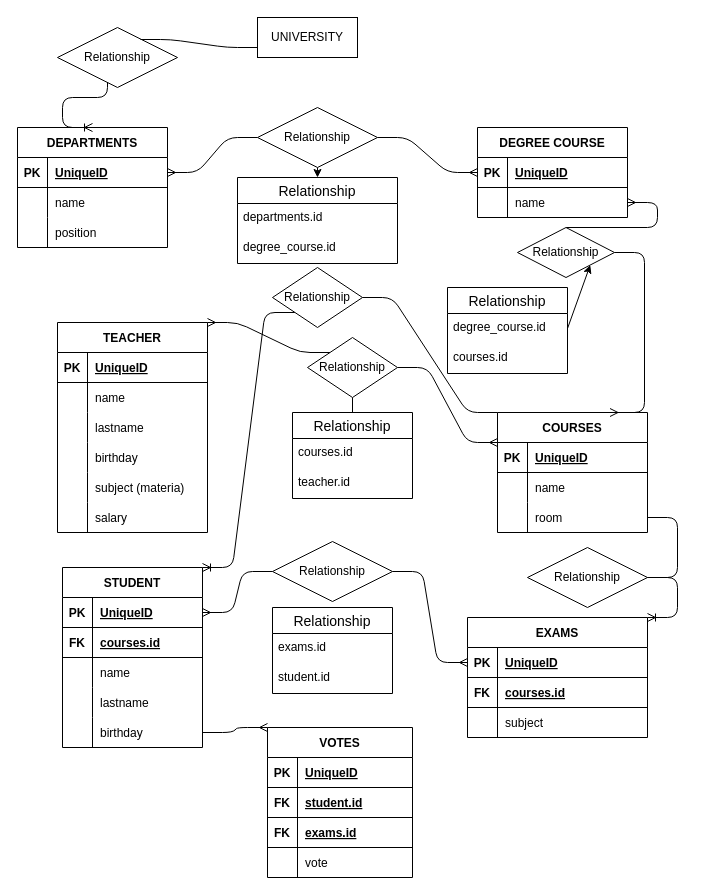
This is db.drawio from GiandoSaba/db-university, a draw.io file, before an edit. Source tidied: cells renumbered, new cells numbered last; positions are measured from the earlier drawing's top-left corner, leaving out a move shared by most shapes. Both pictures are drawn from the tidied source at 100%, with x=0, y=0 at pixel (17, 17).
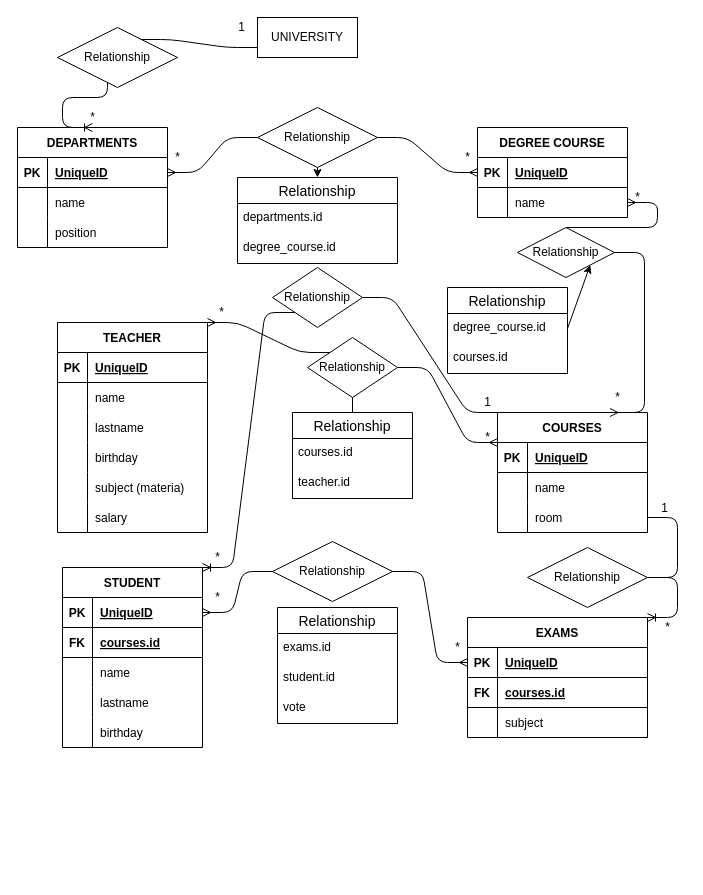
Above is the later version.

Unchanged cells that the change refers to:
```xml
<mxCell id="85" style="shape=partialRectangle;fillColor=none;top=0;left=0;bottom=0;right=0;points=[[0,0.5],[1,0.5]];portConstraint=eastwest;" parent="72" vertex="1">
  <mxGeometry y="150" width="140" height="30" as="geometry" />
</mxCell>
```

The edit, as a diff of the source:
```diff
@@
-    <mxCell id="105" value="VOTES" style="shape=table;startSize=30;childLayout=tableLayout;rowLines=0;fontStyle=1;align=center;" parent="1" vertex="1">
-      <mxGeometry x="250" y="710" width="145" height="150" as="geometry" />
-    </mxCell>
-    <mxCell id="106" style="shape=partialRectangle;fillColor=none;top=0;left=0;bottom=1;right=0;" parent="105" vertex="1">
-      <mxGeometry y="30" width="145" height="30" as="geometry" />
-    </mxCell>
-    <mxCell id="107" value="PK" style="shape=partialRectangle;fillColor=none;top=0;left=0;bottom=0;right=0;fontStyle=1;overflow=hidden;" parent="106" vertex="1">
-      <mxGeometry width="30" height="30" as="geometry" />
-    </mxCell>
-    <mxCell id="108" value="UniqueID" style="shape=partialRectangle;fillColor=none;top=0;left=0;bottom=0;right=0;align=left;spacingLeft=6;fontStyle=5;overflow=hidden;" parent="106" vertex="1">
-      <mxGeometry x="30" width="115" height="30" as="geometry" />
-    </mxCell>
-    <mxCell id="109" style="shape=partialRectangle;fillColor=none;top=0;left=0;bottom=1;right=0;" parent="105" vertex="1">
-      <mxGeometry y="60" width="145" height="30" as="geometry" />
-    </mxCell>
-    <mxCell id="110" value="FK" style="shape=partialRectangle;fillColor=none;top=0;left=0;bottom=0;right=0;fontStyle=1;overflow=hidden;" parent="109" vertex="1">
-      <mxGeometry width="30" height="30" as="geometry" />
-    </mxCell>
-    <mxCell id="111" value="student.id" style="shape=partialRectangle;fillColor=none;top=0;left=0;bottom=0;right=0;align=left;spacingLeft=6;fontStyle=5;overflow=hidden;" parent="109" vertex="1">
-      <mxGeometry x="30" width="115" height="30" as="geometry" />
-    </mxCell>
-    <mxCell id="112" style="shape=partialRectangle;fillColor=none;top=0;left=0;bottom=1;right=0;" parent="105" vertex="1">
-      <mxGeometry y="90" width="145" height="30" as="geometry" />
-    </mxCell>
-    <mxCell id="113" value="FK" style="shape=partialRectangle;fillColor=none;top=0;left=0;bottom=0;right=0;fontStyle=1;overflow=hidden;" parent="112" vertex="1">
-      <mxGeometry width="30" height="30" as="geometry" />
-    </mxCell>
-    <mxCell id="114" value="exams.id" style="shape=partialRectangle;fillColor=none;top=0;left=0;bottom=0;right=0;align=left;spacingLeft=6;fontStyle=5;overflow=hidden;" parent="112" vertex="1">
-      <mxGeometry x="30" width="115" height="30" as="geometry" />
-    </mxCell>
-    <mxCell id="115" style="shape=partialRectangle;fillColor=none;top=0;left=0;bottom=0;right=0;" parent="105" vertex="1">
-      <mxGeometry y="120" width="145" height="30" as="geometry" />
-    </mxCell>
-    <mxCell id="116" style="shape=partialRectangle;fillColor=none;top=0;left=0;bottom=0;right=0;overflow=hidden;" parent="115" vertex="1">
-      <mxGeometry width="30" height="30" as="geometry" />
-    </mxCell>
-    <mxCell id="117" value="vote" style="shape=partialRectangle;fillColor=none;top=0;left=0;bottom=0;right=0;align=left;spacingLeft=6;overflow=hidden;" parent="115" vertex="1">
-      <mxGeometry x="30" width="115" height="30" as="geometry" />
-    </mxCell>
-    <mxCell id="118" style="edgeStyle=entityRelationEdgeStyle;fontSize=12;html=1;endArrow=ERmany;entryX=0;entryY=0;entryDx=0;entryDy=0;exitX=1;exitY=0.5;exitDx=0;exitDy=0;" parent="1" edge="1" source="85" target="105">
-      <mxGeometry relative="1" as="geometry" />
-    </mxCell>
@@
     <mxCell id="122" value="Relationship" style="swimlane;fontStyle=0;horizontal=1;startSize=26;align=center;fontSize=14;" parent="1" vertex="1">
-      <mxGeometry x="255" y="590" width="120" height="86" as="geometry" />
+      <mxGeometry x="260" y="590" width="120" height="116" as="geometry" />
     </mxCell>
@@
+    <mxCell id="117" value="vote" style="text;strokeColor=none;fillColor=none;spacingLeft=4;spacingRight=4;overflow=hidden;fontSize=12;" parent="122" vertex="1">
+      <mxGeometry y="86" width="120" height="30" as="geometry" />
+    </mxCell>
+    <mxCell id="125" value="1" style="text;html=1;align=center;verticalAlign=middle;strokeColor=none;fillColor=none;" parent="1" vertex="1">
+      <mxGeometry x="214" width="20" height="20" as="geometry" />
+    </mxCell>
+    <mxCell id="126" value="*" style="text;html=1;align=center;verticalAlign=middle;strokeColor=none;fillColor=none;" parent="1" vertex="1">
+      <mxGeometry x="65" y="90" width="20" height="20" as="geometry" />
+    </mxCell>
+    <mxCell id="127" value="*" style="text;html=1;align=center;verticalAlign=middle;strokeColor=none;fillColor=none;" parent="1" vertex="1">
+      <mxGeometry x="150" y="130" width="20" height="20" as="geometry" />
+    </mxCell>
+    <mxCell id="128" value="*" style="text;html=1;align=center;verticalAlign=middle;strokeColor=none;fillColor=none;" parent="1" vertex="1">
+      <mxGeometry x="440" y="130" width="20" height="20" as="geometry" />
+    </mxCell>
+    <mxCell id="129" value="*" style="text;html=1;align=center;verticalAlign=middle;strokeColor=none;fillColor=none;" parent="1" vertex="1">
+      <mxGeometry x="194" y="285" width="20" height="20" as="geometry" />
+    </mxCell>
+    <mxCell id="130" value="*" style="text;html=1;align=center;verticalAlign=middle;strokeColor=none;fillColor=none;" parent="1" vertex="1">
+      <mxGeometry x="610" y="170" width="20" height="20" as="geometry" />
+    </mxCell>
+    <mxCell id="131" value="*" style="text;html=1;align=center;verticalAlign=middle;strokeColor=none;fillColor=none;" parent="1" vertex="1">
+      <mxGeometry x="590" y="370" width="20" height="20" as="geometry" />
+    </mxCell>
+    <mxCell id="132" value="1" style="text;html=1;align=center;verticalAlign=middle;strokeColor=none;fillColor=none;" parent="1" vertex="1">
+      <mxGeometry x="637" y="481" width="20" height="20" as="geometry" />
+    </mxCell>
+    <mxCell id="133" value="*" style="text;html=1;align=center;verticalAlign=middle;strokeColor=none;fillColor=none;" parent="1" vertex="1">
+      <mxGeometry x="640" y="600" width="20" height="20" as="geometry" />
+    </mxCell>
+    <mxCell id="134" value="*" style="text;html=1;align=center;verticalAlign=middle;strokeColor=none;fillColor=none;" parent="1" vertex="1">
+      <mxGeometry x="430" y="620" width="20" height="20" as="geometry" />
+    </mxCell>
+    <mxCell id="135" value="*" style="text;html=1;align=center;verticalAlign=middle;strokeColor=none;fillColor=none;" parent="1" vertex="1">
+      <mxGeometry x="190" y="570" width="20" height="20" as="geometry" />
+    </mxCell>
+    <mxCell id="136" value="*" style="text;html=1;align=center;verticalAlign=middle;strokeColor=none;fillColor=none;" parent="1" vertex="1">
+      <mxGeometry x="190" y="530" width="20" height="20" as="geometry" />
+    </mxCell>
+    <mxCell id="137" value="*" style="text;html=1;align=center;verticalAlign=middle;strokeColor=none;fillColor=none;" parent="1" vertex="1">
+      <mxGeometry x="460" y="410" width="20" height="20" as="geometry" />
+    </mxCell>
+    <mxCell id="138" value="1" style="text;html=1;align=center;verticalAlign=middle;strokeColor=none;fillColor=none;" parent="1" vertex="1">
+      <mxGeometry x="460" y="375" width="20" height="20" as="geometry" />
+    </mxCell>
```
